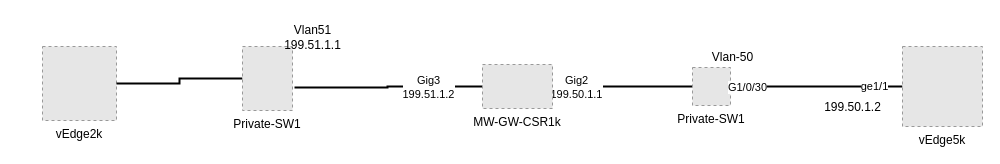
Before: topology for bfd recreate.drawio in rakeshchhikara/network-diagrams, a draw.io diagram. Source tidied: cells renumbered, new cells numbered last; positions are measured from the earlier drawing's top-left corner, leaving out a move shared by most shapes. Both pictures are drawn from the tidied source at 100%, with x=0, y=0 at pixel (42, 17). Pictures stored in the file or linked from it are replaced by grey dashed boxes.
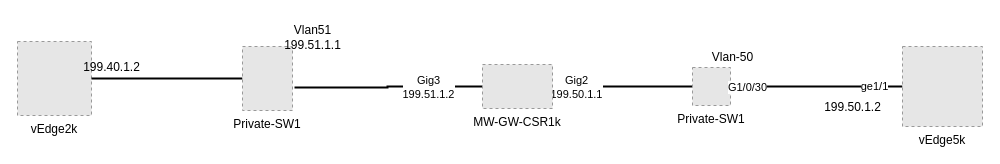
The same page after the edit.

Change to the diagram source:
```diff
@@
 <mxGraphModel>
   <root>
     <mxCell id="0" />
     <mxCell id="1" parent="0" />
     <mxCell id="2" style="edgeStyle=orthogonalEdgeStyle;rounded=0;jettySize=auto;html=1;entryX=1;entryY=0.5;entryDx=0;entryDy=0;endArrow=none;strokeWidth=2;endFill=0;" parent="1" edge="1" source="4" target="7">
       <mxGeometry relative="1" as="geometry" />
     </mxCell>
     <mxCell id="3" value="Gig2&lt;br&gt;199.50.1.1" style="edgeLabel;html=1;align=center;verticalAlign=middle;" parent="2" vertex="1">
       <mxGeometry x="0.67" relative="1" as="geometry" />
     </mxCell>
     <mxCell id="4" value="Private-SW1" style="fillColor=#E6E6E6;strokeColor=#999999;dashed=1;verticalLabelPosition=bottom;verticalAlign=top;" parent="1" vertex="1">
       <mxGeometry x="650" y="50" width="38" height="38" as="geometry" />
     </mxCell>
     <mxCell id="5" style="edgeStyle=orthogonalEdgeStyle;rounded=0;jettySize=auto;html=1;exitX=0;exitY=0.5;exitDx=0;exitDy=0;entryX=1.04;entryY=0.641;entryDx=0;entryDy=0;entryPerimeter=0;endArrow=none;strokeWidth=2;endFill=0;" parent="1" edge="1" source="7" target="14">
       <mxGeometry relative="1" as="geometry" />
     </mxCell>
     <mxCell id="6" value="Gig3&lt;br&gt;199.51.1.2" style="edgeLabel;html=1;align=center;verticalAlign=middle;" parent="5" vertex="1">
       <mxGeometry x="-0.42" relative="1" as="geometry" />
     </mxCell>
     <mxCell id="7" value="MW-GW-CSR1k" style="fillColor=#E6E6E6;strokeColor=#999999;dashed=1;verticalLabelPosition=bottom;verticalAlign=top;" parent="1" vertex="1">
       <mxGeometry x="440" y="47" width="70" height="44" as="geometry" />
     </mxCell>
     <mxCell id="8" style="edgeStyle=orthogonalEdgeStyle;rounded=0;jettySize=auto;html=1;exitX=0;exitY=0.5;exitDx=0;exitDy=0;entryX=1;entryY=0.5;entryDx=0;entryDy=0;strokeWidth=2;endArrow=none;endFill=0;" parent="1" edge="1" source="11" target="4">
       <mxGeometry relative="1" as="geometry" />
     </mxCell>
     <mxCell id="9" value="ge1/1" style="edgeLabel;html=1;align=center;verticalAlign=middle;" parent="8" vertex="1">
       <mxGeometry x="-0.66" y="-1" relative="1" as="geometry" />
     </mxCell>
     <mxCell id="10" value="G1/0/30" style="edgeLabel;html=1;align=center;verticalAlign=middle;" parent="8" vertex="1">
       <mxGeometry x="0.81" relative="1" as="geometry" />
     </mxCell>
     <mxCell id="11" value="vEdge5k" style="fillColor=#E6E6E6;strokeColor=#999999;dashed=1;verticalLabelPosition=bottom;verticalAlign=top;" parent="1" vertex="1">
       <mxGeometry x="860" y="29" width="80" height="80" as="geometry" />
     </mxCell>
     <mxCell id="12" value="vEdge2k" style="fillColor=#E6E6E6;strokeColor=#999999;dashed=1;verticalLabelPosition=bottom;verticalAlign=top;" parent="1" vertex="1">
-      <mxGeometry y="29" width="74" height="74" as="geometry" />
+      <mxGeometry x="-25" y="24" width="74" height="74" as="geometry" />
     </mxCell>
     <mxCell id="13" style="edgeStyle=orthogonalEdgeStyle;rounded=0;jettySize=auto;html=1;exitX=0;exitY=0.5;exitDx=0;exitDy=0;entryX=1;entryY=0.5;entryDx=0;entryDy=0;endArrow=none;strokeWidth=2;endFill=0;" parent="1" edge="1" source="14" target="12">
       <mxGeometry relative="1" as="geometry" />
     </mxCell>
     <mxCell id="14" value="Private-SW1" style="fillColor=#E6E6E6;strokeColor=#999999;dashed=1;verticalLabelPosition=bottom;verticalAlign=top;" parent="1" vertex="1">
       <mxGeometry x="200" y="29" width="50" height="64" as="geometry" />
     </mxCell>
     <mxCell id="15" value="Vlan-50" style="text;html=1;align=center;verticalAlign=middle;strokeColor=none;fillColor=none;" parent="1" vertex="1">
       <mxGeometry x="660" y="25" width="60" height="30" as="geometry" />
     </mxCell>
     <mxCell id="16" value="199.50.1.2" style="text;html=1;align=center;verticalAlign=middle;strokeColor=none;fillColor=none;" parent="1" vertex="1">
       <mxGeometry x="770" y="75" width="80" height="30" as="geometry" />
     </mxCell>
     <mxCell id="17" value="Vlan51&lt;br&gt;199.51.1.1" style="text;html=1;align=center;verticalAlign=middle;strokeColor=none;fillColor=none;" parent="1" vertex="1">
       <mxGeometry x="230" width="80" height="40" as="geometry" />
     </mxCell>
+    <mxCell id="18" value="199.40.1.2" style="text;html=1;align=center;verticalAlign=middle;strokeColor=none;fillColor=none;" parent="1" vertex="1">
+      <mxGeometry x="29" y="35" width="80" height="30" as="geometry" />
+    </mxCell>
   </root>
 </mxGraphModel>
```
